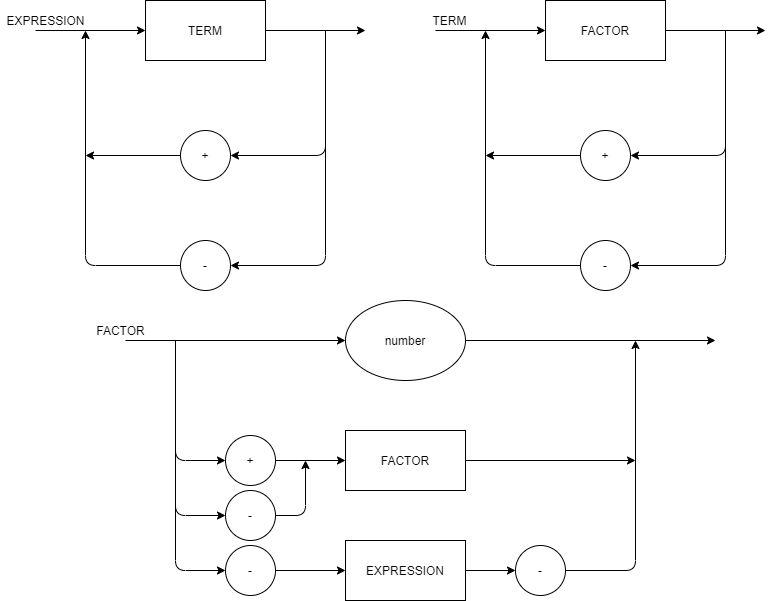
Before: Diagrama+-.png, a diagram exported from draw.io (mikomoares/LogicaDaComputacaoRoteiros). Source tidied: cells renumbered, new cells last; positions are measured from the earlier drawing's top-left corner, leaving out a move shared by most shapes.
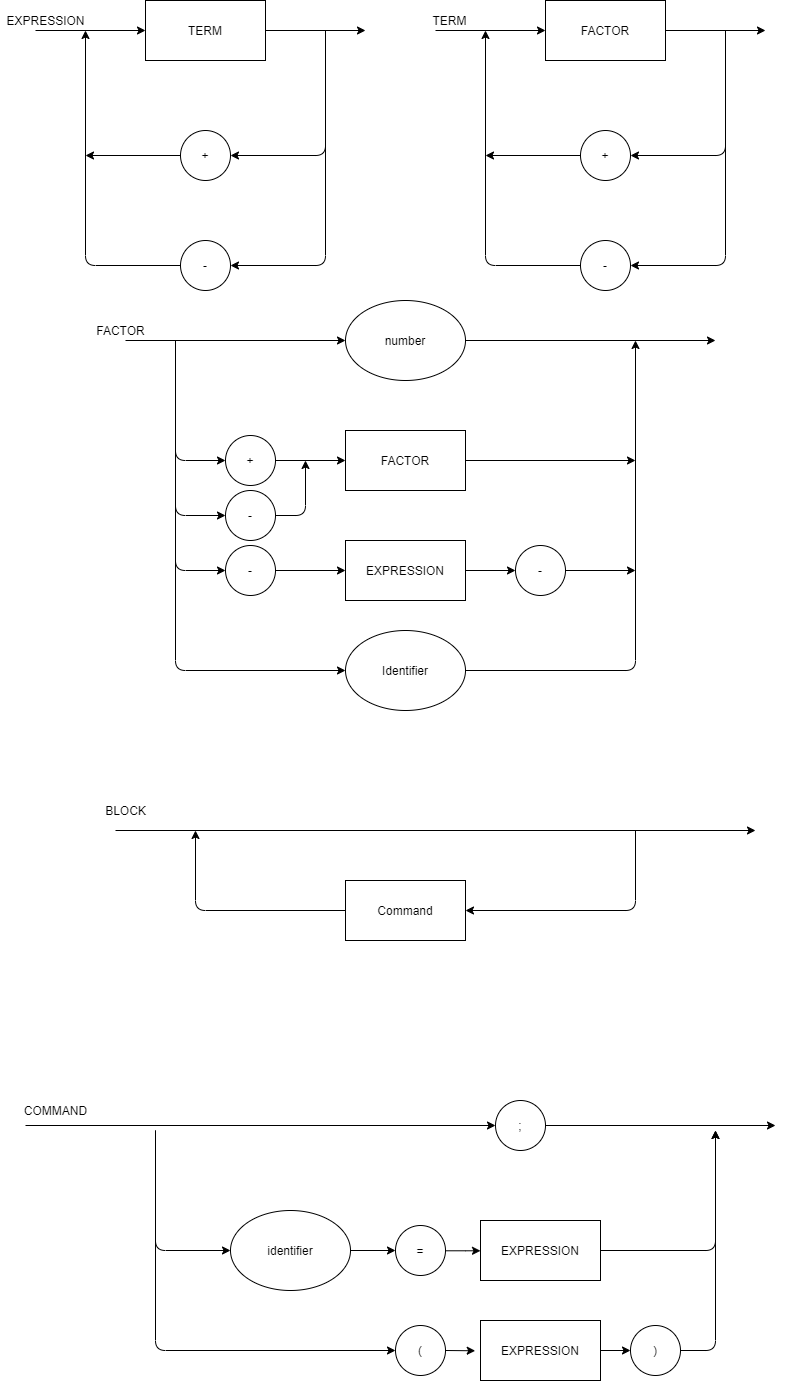
The same diagram one commit later.

What changed in the source:
```diff
@@ -184,7 +184,7 @@
     </mxCell>
     <mxCell id="37" style="endArrow=classic;html=1;exitX=1;exitY=0.5;exitDx=0;exitDy=0;" parent="1" edge="1" source="26">
       <mxGeometry relative="1" as="geometry">
-        <mxPoint x="635" y="340" as="targetPoint" />
+        <mxPoint x="635" y="570" as="targetPoint" />
         <Array as="points">
           <mxPoint x="635" y="570" />
         </Array>
@@ -199,5 +199,133 @@
     <mxCell id="40" value="FACTOR" style="text;html=1;align=center;verticalAlign=middle;" parent="1" vertex="1">
       <mxGeometry x="90" y="320" width="60" height="20" as="geometry" />
     </mxCell>
+    <mxCell id="41" value="Identifier" style="ellipse;whiteSpace=wrap;html=1;" parent="1" vertex="1">
+      <mxGeometry x="345" y="630" width="120" height="80" as="geometry" />
+    </mxCell>
+    <mxCell id="42" style="endArrow=classic;html=1;entryX=0;entryY=0.5;entryDx=0;entryDy=0;" parent="1" edge="1" target="41">
+      <mxGeometry relative="1" as="geometry">
+        <mxPoint x="175" y="350" as="sourcePoint" />
+        <Array as="points">
+          <mxPoint x="175" y="670" />
+        </Array>
+      </mxGeometry>
+    </mxCell>
+    <mxCell id="43" style="endArrow=classic;html=1;exitX=1;exitY=0.5;exitDx=0;exitDy=0;" parent="1" edge="1" source="41">
+      <mxGeometry relative="1" as="geometry">
+        <mxPoint x="635" y="340" as="targetPoint" />
+        <Array as="points">
+          <mxPoint x="635" y="670" />
+        </Array>
+      </mxGeometry>
+    </mxCell>
+    <mxCell id="44" value="Command" style="whiteSpace=wrap;html=1;" parent="1" vertex="1">
+      <mxGeometry x="345" y="880" width="120" height="60" as="geometry" />
+    </mxCell>
+    <mxCell id="45" style="endArrow=classic;html=1;" parent="1" edge="1">
+      <mxGeometry relative="1" as="geometry">
+        <mxPoint x="115" y="830" as="sourcePoint" />
+        <mxPoint x="755" y="830" as="targetPoint" />
+      </mxGeometry>
+    </mxCell>
+    <mxCell id="46" style="endArrow=classic;html=1;exitX=0;exitY=0.5;exitDx=0;exitDy=0;" parent="1" edge="1" source="44">
+      <mxGeometry relative="1" as="geometry">
+        <mxPoint x="195" y="830" as="targetPoint" />
+        <Array as="points">
+          <mxPoint x="195" y="910" />
+        </Array>
+      </mxGeometry>
+    </mxCell>
+    <mxCell id="47" style="endArrow=classic;html=1;entryX=1;entryY=0.5;entryDx=0;entryDy=0;" parent="1" edge="1" target="44">
+      <mxGeometry relative="1" as="geometry">
+        <mxPoint x="635" y="830" as="sourcePoint" />
+        <Array as="points">
+          <mxPoint x="635" y="910" />
+        </Array>
+      </mxGeometry>
+    </mxCell>
+    <mxCell id="48" value="BLOCK" style="text;html=1;align=center;verticalAlign=middle;strokeColor=none;" parent="1" vertex="1">
+      <mxGeometry x="95" y="800" width="60" height="20" as="geometry" />
+    </mxCell>
+    <mxCell id="49" value="EXPRESSION" style="rounded=0;whiteSpace=wrap;html=1;" parent="1" vertex="1">
+      <mxGeometry x="480" y="1220" width="120" height="60" as="geometry" />
+    </mxCell>
+    <mxCell id="50" value=";" style="ellipse;whiteSpace=wrap;html=1;" parent="1" vertex="1">
+      <mxGeometry x="495" y="1100" width="50" height="50" as="geometry" />
+    </mxCell>
+    <mxCell id="51" style="endArrow=classic;html=1;entryX=0;entryY=0.5;entryDx=0;entryDy=0;" parent="1" edge="1" target="50">
+      <mxGeometry relative="1" as="geometry">
+        <mxPoint x="25" y="1125" as="sourcePoint" />
+      </mxGeometry>
+    </mxCell>
+    <mxCell id="52" style="endArrow=classic;html=1;exitX=1;exitY=0.5;exitDx=0;exitDy=0;" parent="1" edge="1" source="50">
+      <mxGeometry relative="1" as="geometry">
+        <mxPoint x="775" y="1125" as="targetPoint" />
+      </mxGeometry>
+    </mxCell>
+    <mxCell id="53" style="edgeStyle=orthogonalEdgeStyle;rounded=0;jettySize=auto;html=1;exitX=1;exitY=0.5;exitDx=0;exitDy=0;entryX=0;entryY=0.5;entryDx=0;entryDy=0;" parent="1" edge="1" source="54" target="57">
+      <mxGeometry relative="1" as="geometry" />
+    </mxCell>
+    <mxCell id="54" value="EXPRESSION" style="rounded=0;whiteSpace=wrap;html=1;" parent="1" vertex="1">
+      <mxGeometry x="480" y="1320" width="120" height="60" as="geometry" />
+    </mxCell>
+    <mxCell id="55" style="edgeStyle=orthogonalEdgeStyle;rounded=0;jettySize=auto;html=1;exitX=1;exitY=0.5;exitDx=0;exitDy=0;" parent="1" edge="1" source="56">
+      <mxGeometry relative="1" as="geometry">
+        <mxPoint x="475" y="1349.9" as="targetPoint" />
+      </mxGeometry>
+    </mxCell>
+    <mxCell id="56" value="(" style="ellipse;whiteSpace=wrap;html=1;" parent="1" vertex="1">
+      <mxGeometry x="395" y="1325" width="50" height="50" as="geometry" />
+    </mxCell>
+    <mxCell id="57" value=")" style="ellipse;whiteSpace=wrap;html=1;" parent="1" vertex="1">
+      <mxGeometry x="630" y="1325" width="50" height="50" as="geometry" />
+    </mxCell>
+    <mxCell id="58" style="edgeStyle=orthogonalEdgeStyle;rounded=0;jettySize=auto;html=1;" parent="1" edge="1" source="59" target="61">
+      <mxGeometry relative="1" as="geometry" />
+    </mxCell>
+    <mxCell id="59" value="identifier" style="ellipse;whiteSpace=wrap;html=1;" parent="1" vertex="1">
+      <mxGeometry x="230" y="1210" width="120" height="80" as="geometry" />
+    </mxCell>
+    <mxCell id="60" style="edgeStyle=orthogonalEdgeStyle;rounded=0;jettySize=auto;html=1;" parent="1" edge="1" source="61" target="49">
+      <mxGeometry relative="1" as="geometry" />
+    </mxCell>
+    <mxCell id="61" value="=" style="ellipse;whiteSpace=wrap;html=1;" parent="1" vertex="1">
+      <mxGeometry x="395" y="1225" width="50" height="50" as="geometry" />
+    </mxCell>
+    <mxCell id="62" style="endArrow=classic;html=1;entryX=0;entryY=0.5;entryDx=0;entryDy=0;" parent="1" edge="1" target="56">
+      <mxGeometry relative="1" as="geometry">
+        <mxPoint x="155" y="1130" as="sourcePoint" />
+        <Array as="points">
+          <mxPoint x="155" y="1350" />
+        </Array>
+      </mxGeometry>
+    </mxCell>
+    <mxCell id="63" style="endArrow=classic;html=1;entryX=0;entryY=0.5;entryDx=0;entryDy=0;" parent="1" edge="1" target="59">
+      <mxGeometry relative="1" as="geometry">
+        <mxPoint x="155" y="1130" as="sourcePoint" />
+        <Array as="points">
+          <mxPoint x="155" y="1250" />
+        </Array>
+      </mxGeometry>
+    </mxCell>
+    <mxCell id="64" style="endArrow=classic;html=1;exitX=1;exitY=0.5;exitDx=0;exitDy=0;" parent="1" edge="1" source="57">
+      <mxGeometry relative="1" as="geometry">
+        <mxPoint x="715" y="1130" as="targetPoint" />
+        <Array as="points">
+          <mxPoint x="715" y="1350" />
+        </Array>
+      </mxGeometry>
+    </mxCell>
+    <mxCell id="65" style="endArrow=classic;html=1;exitX=1;exitY=0.5;exitDx=0;exitDy=0;" parent="1" edge="1" source="49">
+      <mxGeometry relative="1" as="geometry">
+        <mxPoint x="715" y="1130" as="targetPoint" />
+        <Array as="points">
+          <mxPoint x="715" y="1250" />
+          <mxPoint x="715" y="1140" />
+        </Array>
+      </mxGeometry>
+    </mxCell>
+    <mxCell id="66" value="COMMAND" style="text;html=1;align=center;verticalAlign=middle;strokeColor=none;" parent="1" vertex="1">
+      <mxGeometry x="15" y="1100" width="80" height="20" as="geometry" />
+    </mxCell>
   </root>
 </mxGraphModel>
```
